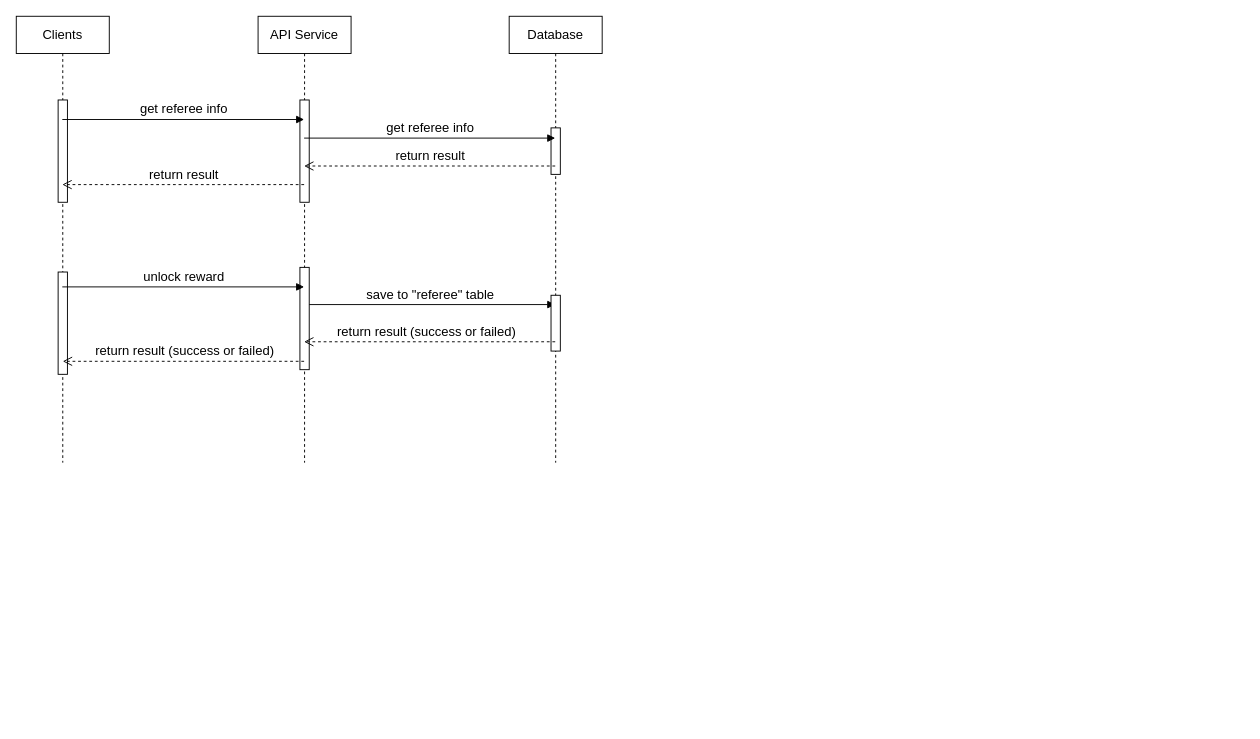
Above: [Referee] API service sequence diagram.drawio in piavgh/draw.io-data (draw.io), before the change. Source tidied: cells renumbered, new cells numbered last; positions are measured from the earlier drawing's top-left corner, leaving out a move shared by most shapes. Both pictures are drawn from the tidied source at 93%, with x=0, y=0 at pixel (16, 16).
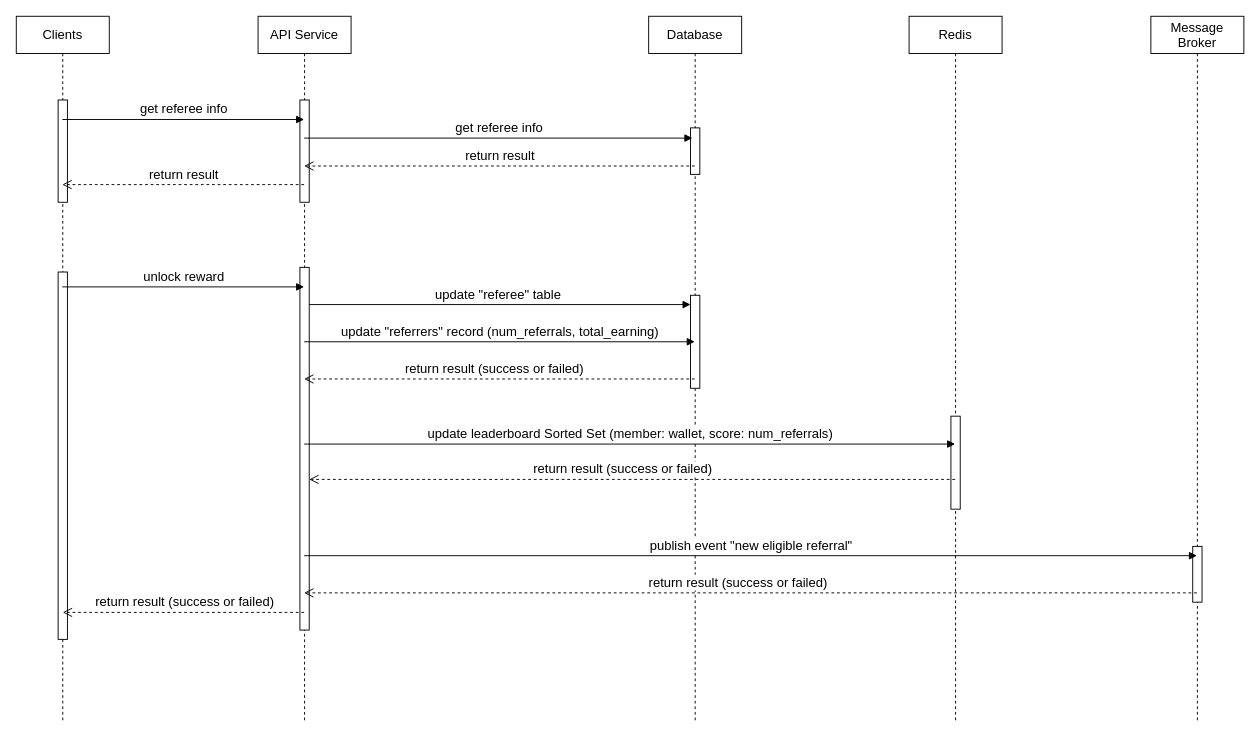
The same page after the edit.

The change refers to these unchanged cells:
```xml
<mxCell id="11" style="html=1;points=[];perimeter=orthogonalPerimeter;" parent="9" vertex="1">
  <mxGeometry x="45" y="120" width="10" height="50" as="geometry" />
</mxCell>
```

What changed in the source:
```diff
@@
     <mxCell id="2" value="Clients" style="shape=umlLifeline;perimeter=lifelinePerimeter;whiteSpace=wrap;html=1;fontSize=14;" parent="1" vertex="1">
-      <mxGeometry width="100" height="480" as="geometry" />
+      <mxGeometry width="100" height="760" as="geometry" />
     </mxCell>
@@
     <mxCell id="4" style="html=1;perimeter=orthogonalPerimeter;" parent="2" vertex="1">
-      <mxGeometry x="45" y="275" width="10" height="110" as="geometry" />
+      <mxGeometry x="45" y="275" width="10" height="395" as="geometry" />
     </mxCell>
     <mxCell id="5" value="API Service" style="shape=umlLifeline;perimeter=lifelinePerimeter;whiteSpace=wrap;html=1;fontSize=14;" parent="1" vertex="1">
-      <mxGeometry x="260" width="100" height="480" as="geometry" />
+      <mxGeometry x="260" width="100" height="760" as="geometry" />
     </mxCell>
-    <mxCell id="6" value="save to &quot;referee&quot; table" style="html=1;verticalAlign=bottom;endArrow=block;rounded=0;fontSize=14;" parent="5" edge="1">
+    <mxCell id="6" value="update &quot;referee&quot; table" style="html=1;verticalAlign=bottom;endArrow=block;rounded=0;fontSize=14;" parent="5" edge="1" target="10">
       <mxGeometry relative="1" as="geometry">
         <mxPoint x="49.5" y="310" as="sourcePoint" />
-        <mxPoint x="319.5" y="310" as="targetPoint" />
       </mxGeometry>
     </mxCell>
@@
     <mxCell id="8" style="html=1;perimeter=orthogonalPerimeter;" parent="5" vertex="1">
-      <mxGeometry x="45" y="270" width="10" height="110" as="geometry" />
+      <mxGeometry x="45" y="270" width="10" height="390" as="geometry" />
     </mxCell>
     <mxCell id="9" value="Database" style="shape=umlLifeline;perimeter=lifelinePerimeter;whiteSpace=wrap;html=1;outlineConnect=0;fontSize=14;" parent="1" vertex="1">
-      <mxGeometry x="530" width="100" height="480" as="geometry" />
+      <mxGeometry x="680" width="100" height="760" as="geometry" />
     </mxCell>
     <mxCell id="10" style="html=1;points=[];perimeter=orthogonalPerimeter;" parent="9" vertex="1">
-      <mxGeometry x="45" y="300" width="10" height="60" as="geometry" />
+      <mxGeometry x="45" y="300" width="10" height="100" as="geometry" />
     </mxCell>
@@
-    <mxCell id="13" value="get referee&amp;nbsp;info" style="html=1;verticalAlign=bottom;endArrow=block;rounded=0;fontSize=14;" parent="1" edge="1">
+    <mxCell id="13" value="get referee&amp;nbsp;info" style="html=1;verticalAlign=bottom;endArrow=block;rounded=0;fontSize=14;entryX=0.2;entryY=0.22;entryDx=0;entryDy=0;entryPerimeter=0;" parent="1" edge="1" target="11">
       <mxGeometry relative="1" as="geometry">
         <mxPoint x="309.5" y="131" as="sourcePoint" />
-        <mxPoint x="579.5" y="131" as="targetPoint" />
       </mxGeometry>
     </mxCell>
-    <mxCell id="14" value="return result" style="html=1;verticalAlign=bottom;endArrow=open;dashed=1;endSize=8;rounded=0;fontSize=14;" parent="1" edge="1">
+    <mxCell id="14" value="return result" style="html=1;verticalAlign=bottom;endArrow=open;dashed=1;endSize=8;rounded=0;fontSize=14;" parent="1" edge="1" source="9">
       <mxGeometry relative="1" as="geometry">
-        <mxPoint x="579.5" y="161" as="sourcePoint" />
         <mxPoint x="309.5" y="161" as="targetPoint" />
       </mxGeometry>
     </mxCell>
@@
-    <mxCell id="17" value="return result (success or failed)" style="html=1;verticalAlign=bottom;endArrow=open;dashed=1;endSize=8;rounded=0;fontSize=14;" parent="1" edge="1">
+    <mxCell id="17" value="return result (success or failed)" style="html=1;verticalAlign=bottom;endArrow=open;dashed=1;endSize=8;rounded=0;fontSize=14;" parent="1" edge="1" source="9">
       <mxGeometry x="0.03" relative="1" as="geometry">
-        <mxPoint x="579.5" y="350" as="sourcePoint" />
-        <mxPoint x="309.5" y="350" as="targetPoint" />
+        <mxPoint x="309.5" y="390" as="targetPoint" />
       </mxGeometry>
     </mxCell>
     <mxCell id="18" value="return result (success or failed)" style="html=1;verticalAlign=bottom;endArrow=open;dashed=1;endSize=8;rounded=0;fontSize=14;" parent="1" edge="1">
       <mxGeometry relative="1" as="geometry">
-        <mxPoint x="309.5" y="371" as="sourcePoint" />
-        <mxPoint x="50" y="371" as="targetPoint" />
+        <mxPoint x="309.5" y="641" as="sourcePoint" />
+        <mxPoint x="50" y="641" as="targetPoint" />
         <mxPoint x="1" as="offset" />
       </mxGeometry>
     </mxCell>
+    <mxCell id="19" value="Message Broker" style="shape=umlLifeline;perimeter=lifelinePerimeter;whiteSpace=wrap;html=1;fontSize=14;" parent="1" vertex="1">
+      <mxGeometry x="1220" width="100" height="760" as="geometry" />
+    </mxCell>
+    <mxCell id="20" style="html=1;perimeter=orthogonalPerimeter;" parent="19" vertex="1">
+      <mxGeometry x="45" y="570" width="10" height="60" as="geometry" />
+    </mxCell>
+    <mxCell id="21" value="update &quot;referrers&quot; record (num_referrals, total_earning)" style="html=1;verticalAlign=bottom;endArrow=block;rounded=0;fontSize=14;" parent="1" edge="1">
+      <mxGeometry relative="1" as="geometry">
+        <mxPoint x="309.5" y="350" as="sourcePoint" />
+        <mxPoint x="729.5" y="350" as="targetPoint" />
+      </mxGeometry>
+    </mxCell>
+    <mxCell id="22" value="publish event &quot;new eligible referral&quot;" style="html=1;verticalAlign=bottom;endArrow=block;rounded=0;fontSize=14;" parent="1" edge="1">
+      <mxGeometry relative="1" as="geometry">
+        <mxPoint x="309.5" y="580" as="sourcePoint" />
+        <mxPoint x="1269.5" y="580" as="targetPoint" />
+      </mxGeometry>
+    </mxCell>
+    <mxCell id="23" value="return result (success or failed)" style="html=1;verticalAlign=bottom;endArrow=open;dashed=1;endSize=8;rounded=0;fontSize=14;" parent="1" edge="1">
+      <mxGeometry x="0.03" relative="1" as="geometry">
+        <mxPoint x="1269.5" y="620" as="sourcePoint" />
+        <mxPoint x="309.5" y="620" as="targetPoint" />
+      </mxGeometry>
+    </mxCell>
+    <mxCell id="24" value="Redis" style="shape=umlLifeline;perimeter=lifelinePerimeter;whiteSpace=wrap;html=1;fontSize=14;" parent="1" vertex="1">
+      <mxGeometry x="960" width="100" height="760" as="geometry" />
+    </mxCell>
+    <mxCell id="25" style="html=1;perimeter=orthogonalPerimeter;" parent="24" vertex="1">
+      <mxGeometry x="45" y="430" width="10" height="100" as="geometry" />
+    </mxCell>
+    <mxCell id="26" value="update leaderboard Sorted Set (member: wallet, score: num_referrals)" style="html=1;verticalAlign=bottom;endArrow=block;rounded=0;fontSize=14;" parent="1" edge="1">
+      <mxGeometry relative="1" as="geometry">
+        <mxPoint x="309.5" y="460" as="sourcePoint" />
+        <mxPoint x="1009.5" y="460" as="targetPoint" />
+      </mxGeometry>
+    </mxCell>
+    <mxCell id="27" value="return result (success or failed)" style="html=1;verticalAlign=bottom;endArrow=open;dashed=1;endSize=8;rounded=0;fontSize=14;entryX=1;entryY=0.85;entryDx=0;entryDy=0;entryPerimeter=0;" parent="1" edge="1">
+      <mxGeometry x="0.03" relative="1" as="geometry">
+        <mxPoint x="1009.5" y="498" as="sourcePoint" />
+        <mxPoint x="315" y="498" as="targetPoint" />
+      </mxGeometry>
+    </mxCell>
```
